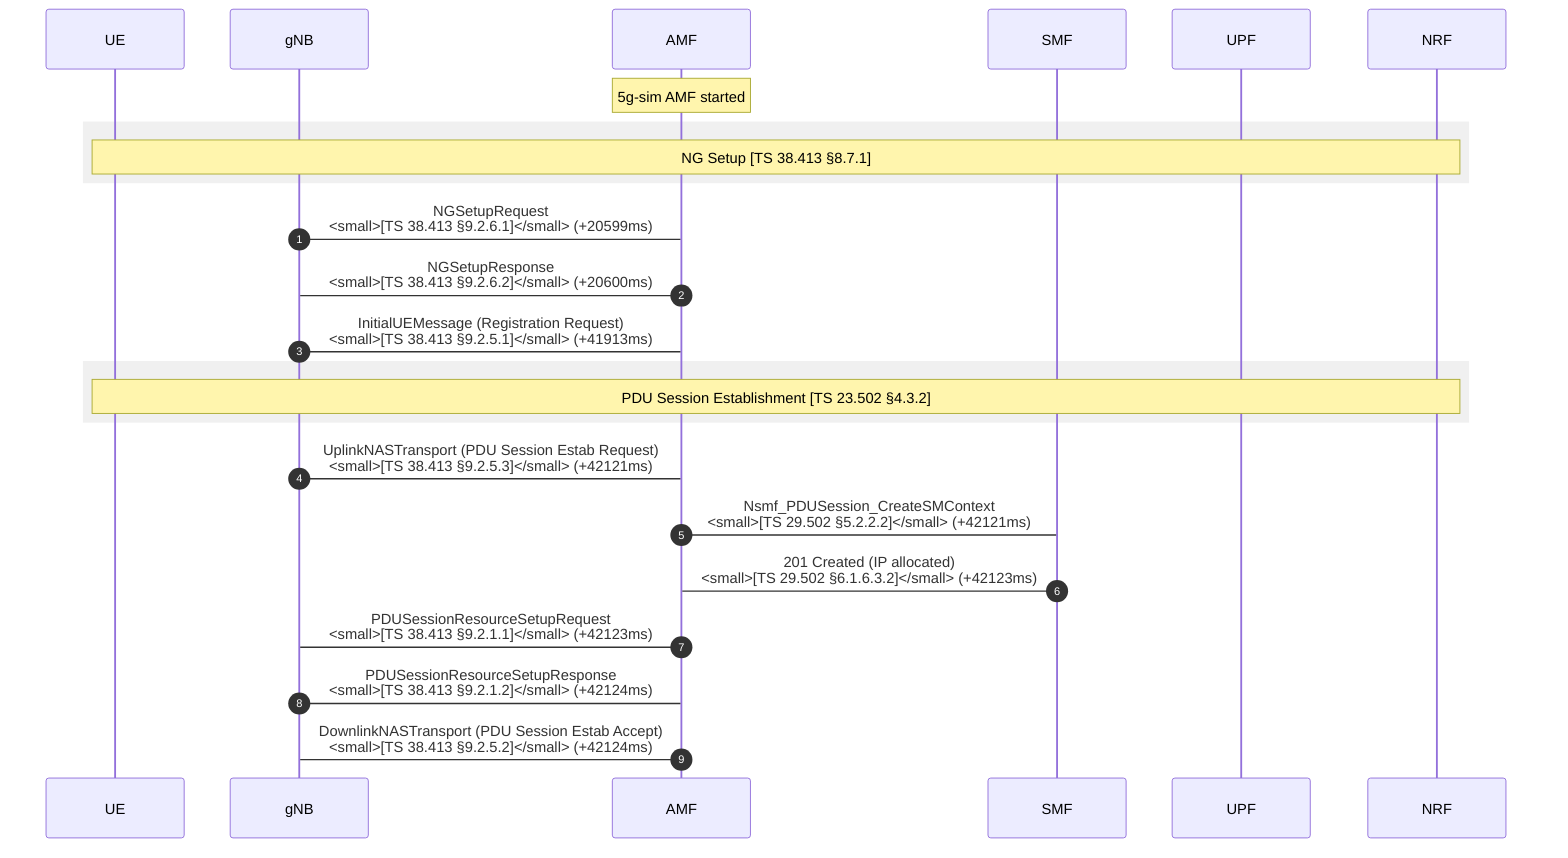
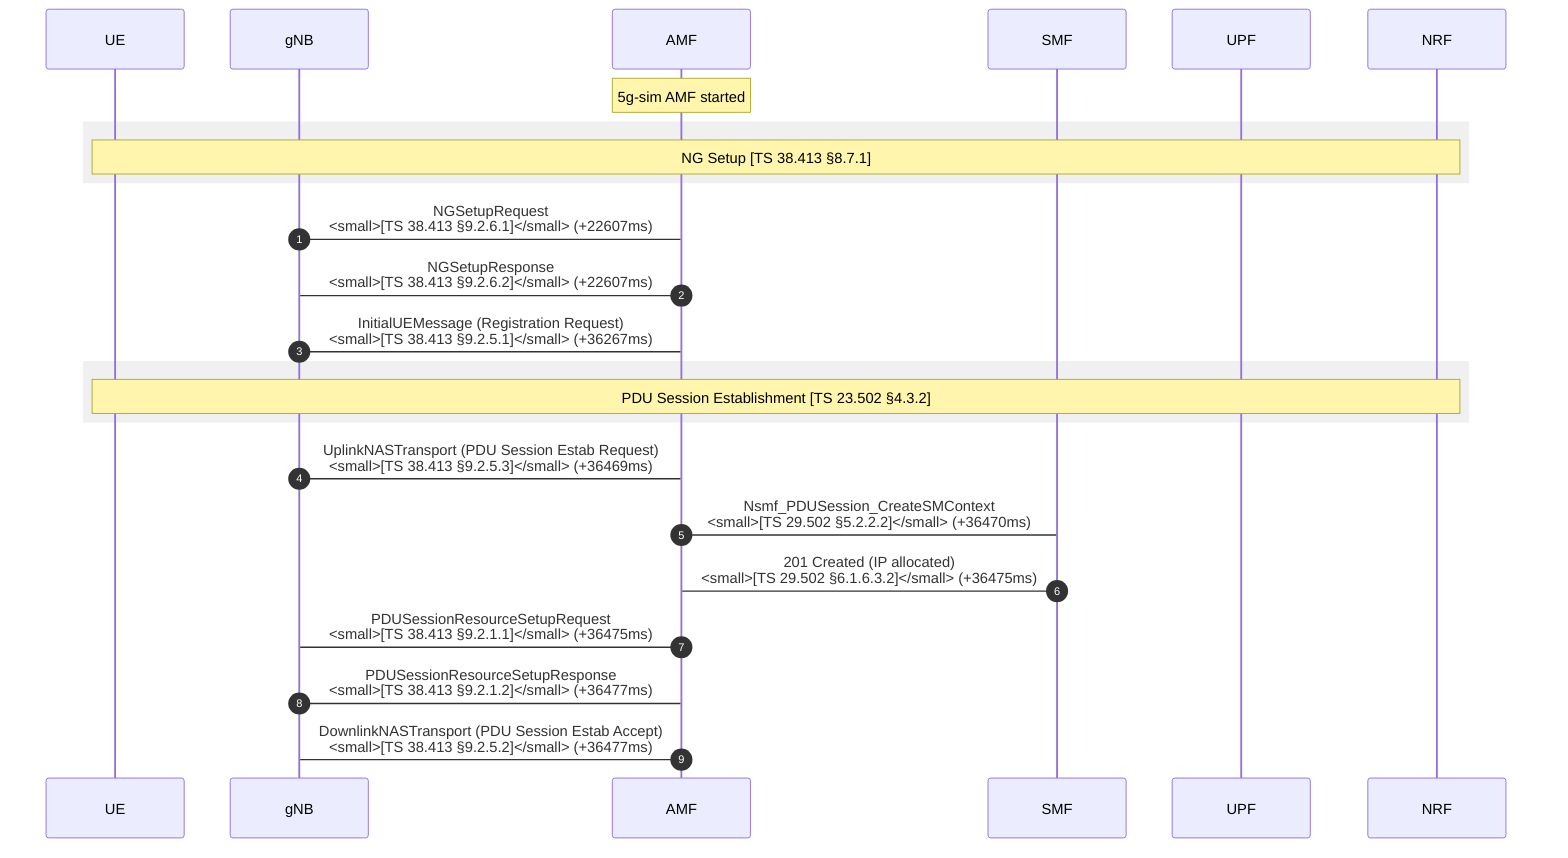
sequenceDiagram
  autonumber
  participant UE
  participant gNB
  participant AMF
  participant SMF
  participant UPF
  participant NRF

  Note over AMF: 5g-sim AMF started

  rect rgb(240, 240, 240)
    Note over UE,NRF: NG Setup [TS 38.413 §8.7.1]
  end

-   gNB->AMF: NGSetupRequest<br/><small>[TS 38.413 §9.2.6.1]</small> (+20599ms)
-   AMF->gNB: NGSetupResponse<br/><small>[TS 38.413 §9.2.6.2]</small> (+20600ms)
-   gNB->AMF: InitialUEMessage (Registration Request)<br/><small>[TS 38.413 §9.2.5.1]</small> (+41913ms)
+   gNB->AMF: NGSetupRequest<br/><small>[TS 38.413 §9.2.6.1]</small> (+22607ms)
+   AMF->gNB: NGSetupResponse<br/><small>[TS 38.413 §9.2.6.2]</small> (+22607ms)
+   gNB->AMF: InitialUEMessage (Registration Request)<br/><small>[TS 38.413 §9.2.5.1]</small> (+36267ms)

  rect rgb(240, 240, 240)
    Note over UE,NRF: PDU Session Establishment [TS 23.502 §4.3.2]
  end

-   gNB->AMF: UplinkNASTransport (PDU Session Estab Request)<br/><small>[TS 38.413 §9.2.5.3]</small> (+42121ms)
-   AMF->SMF: Nsmf_PDUSession_CreateSMContext<br/><small>[TS 29.502 §5.2.2.2]</small> (+42121ms)
-   SMF->AMF: 201 Created (IP allocated)<br/><small>[TS 29.502 §6.1.6.3.2]</small> (+42123ms)
-   AMF->gNB: PDUSessionResourceSetupRequest<br/><small>[TS 38.413 §9.2.1.1]</small> (+42123ms)
-   gNB->AMF: PDUSessionResourceSetupResponse<br/><small>[TS 38.413 §9.2.1.2]</small> (+42124ms)
-   AMF->gNB: DownlinkNASTransport (PDU Session Estab Accept)<br/><small>[TS 38.413 §9.2.5.2]</small> (+42124ms)
+   gNB->AMF: UplinkNASTransport (PDU Session Estab Request)<br/><small>[TS 38.413 §9.2.5.3]</small> (+36469ms)
+   AMF->SMF: Nsmf_PDUSession_CreateSMContext<br/><small>[TS 29.502 §5.2.2.2]</small> (+36470ms)
+   SMF->AMF: 201 Created (IP allocated)<br/><small>[TS 29.502 §6.1.6.3.2]</small> (+36475ms)
+   AMF->gNB: PDUSessionResourceSetupRequest<br/><small>[TS 38.413 §9.2.1.1]</small> (+36475ms)
+   gNB->AMF: PDUSessionResourceSetupResponse<br/><small>[TS 38.413 §9.2.1.2]</small> (+36477ms)
+   AMF->gNB: DownlinkNASTransport (PDU Session Estab Accept)<br/><small>[TS 38.413 §9.2.5.2]</small> (+36477ms)
